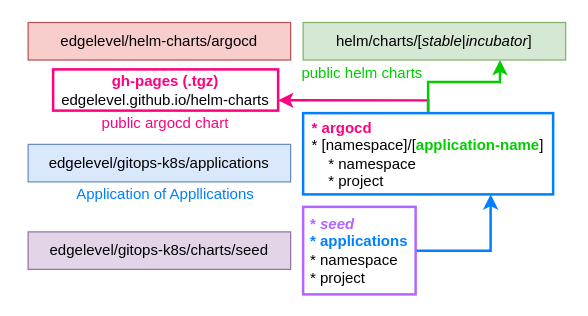
edgelevel/gitops-k8s keeps this draw.io diagram as page "charts" (3 of 3) of docs/img/gitops-k8s.drawio. Above is the earlier version. Source tidied: cells renumbered, new cells numbered last; positions are measured from the earlier drawing's top-left corner, leaving out a move shared by most shapes. Both pictures are drawn from the tidied source at 125%, with x=0, y=0 at pixel (28, 21).
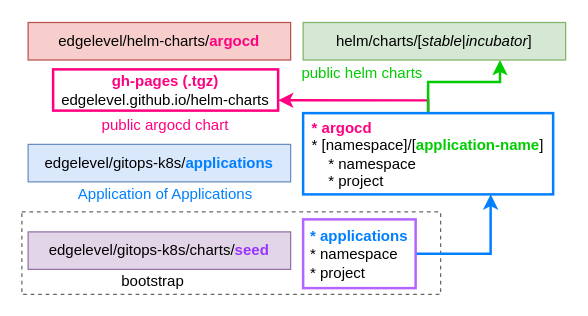
Above is the later version.

What changed in the source:
```diff
@@
 <mxGraphModel>
   <root>
     <mxCell id="0" />
     <mxCell id="1" parent="0" />
+    <mxCell id="15" style="rounded=0;whiteSpace=wrap;html=1;strokeColor=#666666;strokeWidth=1;fillColor=none;dashed=1;" parent="1" vertex="1">
+      <mxGeometry x="-5" y="152" width="335" height="66" as="geometry" />
+    </mxCell>
-    <mxCell id="2" value="edgelevel/helm-charts/argocd" style="rounded=0;whiteSpace=wrap;html=1;fillColor=#f8cecc;strokeColor=#b85450;" parent="1" vertex="1">
+    <mxCell id="2" value="edgelevel/helm-charts/&lt;font color=&quot;#ff0080&quot;&gt;&lt;b&gt;argocd&lt;/b&gt;&lt;/font&gt;" style="rounded=0;whiteSpace=wrap;html=1;fillColor=#f8cecc;strokeColor=#b85450;" parent="1" vertex="1">
       <mxGeometry y="0.5" width="210" height="30" as="geometry" />
     </mxCell>
-    <mxCell id="3" value="edgelevel/gitops-k8s/applications" style="rounded=0;whiteSpace=wrap;html=1;fillColor=#dae8fc;strokeColor=#6c8ebf;" parent="1" vertex="1">
+    <mxCell id="3" value="edgelevel/gitops-k8s/&lt;font color=&quot;#007fff&quot;&gt;&lt;b&gt;applications&lt;/b&gt;&lt;/font&gt;" style="rounded=0;whiteSpace=wrap;html=1;fillColor=#dae8fc;strokeColor=#6c8ebf;" parent="1" vertex="1">
       <mxGeometry y="98" width="210" height="30" as="geometry" />
     </mxCell>
-    <mxCell id="4" value="edgelevel/gitops-k8s/charts/seed" style="rounded=0;whiteSpace=wrap;html=1;fillColor=#e1d5e7;strokeColor=#9673a6;" parent="1" vertex="1">
+    <mxCell id="4" value="edgelevel/gitops-k8s/charts/&lt;b&gt;&lt;font color=&quot;#9933ff&quot;&gt;seed&lt;/font&gt;&lt;/b&gt;" style="rounded=0;whiteSpace=wrap;html=1;fillColor=#e1d5e7;strokeColor=#9673a6;" parent="1" vertex="1">
       <mxGeometry y="168" width="210" height="30" as="geometry" />
     </mxCell>
-    <mxCell id="5" style="edgeStyle=orthogonalEdgeStyle;rounded=0;jettySize=auto;html=1;exitX=1;exitY=0.5;exitDx=0;exitDy=0;entryX=0.75;entryY=1;entryDx=0;entryDy=0;strokeColor=#007FFF;strokeWidth=2;" parent="1" edge="1" source="6" target="9">
+    <mxCell id="5" style="edgeStyle=orthogonalEdgeStyle;rounded=0;jumpSize=1;jettySize=auto;html=1;exitX=1;exitY=0.5;exitDx=0;exitDy=0;entryX=0.75;entryY=1;entryDx=0;entryDy=0;strokeColor=#007FFF;strokeWidth=2;" parent="1" edge="1" source="6" target="9">
       <mxGeometry relative="1" as="geometry" />
     </mxCell>
-    <mxCell id="6" value="&lt;div style=&quot;text-align: left&quot;&gt;&lt;font color=&quot;#b266ff&quot;&gt;&lt;b&gt;&lt;span&gt;* &lt;i&gt;seed&lt;/i&gt;&lt;/span&gt;&lt;br&gt;&lt;/b&gt;&lt;/font&gt;&lt;/div&gt;&lt;div style=&quot;text-align: left&quot;&gt;&lt;span&gt;&lt;font color=&quot;#007fff&quot;&gt;&lt;b&gt;* applications&lt;/b&gt;&lt;/font&gt;&lt;/span&gt;&lt;/div&gt;&lt;div style=&quot;text-align: left&quot;&gt;&lt;span&gt;* namespace&lt;/span&gt;&lt;/div&gt;&lt;div style=&quot;text-align: left&quot;&gt;&lt;span&gt;* project&lt;/span&gt;&lt;/div&gt;" style="text;html=1;strokeColor=#B266FF;fillColor=none;align=center;verticalAlign=middle;whiteSpace=wrap;rounded=0;strokeWidth=2;" parent="1" vertex="1">
-      <mxGeometry x="220" y="148" width="90" height="70" as="geometry" />
+    <mxCell id="6" value="&lt;div style=&quot;text-align: left&quot;&gt;&lt;b style=&quot;color: rgb(0 , 127 , 255)&quot;&gt;* applications&lt;/b&gt;&lt;br&gt;&lt;/div&gt;&lt;div style=&quot;text-align: left&quot;&gt;&lt;span&gt;* namespace&lt;/span&gt;&lt;/div&gt;&lt;div style=&quot;text-align: left&quot;&gt;&lt;span&gt;* project&lt;/span&gt;&lt;/div&gt;" style="text;html=1;strokeColor=#B266FF;fillColor=none;align=center;verticalAlign=middle;whiteSpace=wrap;rounded=0;strokeWidth=2;" parent="1" vertex="1">
+      <mxGeometry x="220" y="158" width="90" height="55" as="geometry" />
     </mxCell>
     <mxCell id="7" style="edgeStyle=orthogonalEdgeStyle;rounded=0;jumpSize=1;jettySize=auto;html=1;exitX=0.5;exitY=0;exitDx=0;exitDy=0;entryX=1;entryY=0.75;entryDx=0;entryDy=0;strokeColor=#FF0080;strokeWidth=2;" parent="1" edge="1" source="9" target="11">
       <mxGeometry relative="1" as="geometry">
         <Array as="points">
           <mxPoint x="320" y="63" />
         </Array>
       </mxGeometry>
     </mxCell>
     <mxCell id="8" style="edgeStyle=orthogonalEdgeStyle;rounded=0;jumpSize=1;jettySize=auto;html=1;exitX=0.5;exitY=0;exitDx=0;exitDy=0;entryX=0.75;entryY=1;entryDx=0;entryDy=0;strokeColor=#00CC00;strokeWidth=2;" parent="1" edge="1" source="9" target="10">
       <mxGeometry relative="1" as="geometry">
         <Array as="points">
           <mxPoint x="320" y="48" />
           <mxPoint x="378" y="48" />
         </Array>
       </mxGeometry>
     </mxCell>
     <mxCell id="9" value="&lt;div style=&quot;text-align: left&quot;&gt;&lt;font color=&quot;#ff0080&quot;&gt;&lt;b&gt;&lt;span&gt;* argocd&lt;/span&gt;&lt;/b&gt;&lt;/font&gt;&lt;/div&gt;&lt;div style=&quot;text-align: left&quot;&gt;* [namespace]/[&lt;font color=&quot;#00cc00&quot;&gt;&lt;b&gt;application-name&lt;/b&gt;&lt;/font&gt;]&lt;/div&gt;&lt;div style=&quot;text-align: left&quot;&gt;&lt;span&gt;&amp;nbsp; &amp;nbsp; * namespace&lt;/span&gt;&lt;/div&gt;&lt;div style=&quot;text-align: left&quot;&gt;&lt;span&gt;&amp;nbsp; &amp;nbsp; * project&lt;/span&gt;&lt;/div&gt;" style="text;html=1;strokeColor=#007FFF;fillColor=none;align=center;verticalAlign=middle;whiteSpace=wrap;rounded=0;strokeWidth=2;" parent="1" vertex="1">
       <mxGeometry x="220" y="73" width="200" height="65" as="geometry" />
     </mxCell>
     <mxCell id="10" value="helm/charts/[&lt;i&gt;stable&lt;/i&gt;|&lt;i&gt;incubator&lt;/i&gt;]" style="rounded=0;whiteSpace=wrap;html=1;fillColor=#d5e8d4;strokeColor=#82b366;" parent="1" vertex="1">
       <mxGeometry x="220" y="0.5" width="210" height="30" as="geometry" />
     </mxCell>
     <mxCell id="11" value="&lt;span&gt;&lt;font color=&quot;#ff0080&quot;&gt;&lt;b&gt;gh-pages (.tgz)&lt;br&gt;&lt;/b&gt;&lt;/font&gt;edgelevel.github.io/helm-charts&lt;/span&gt;" style="rounded=0;whiteSpace=wrap;html=1;strokeColor=#FF0080;strokeWidth=2;" parent="1" vertex="1">
       <mxGeometry x="20" y="38" width="180" height="33" as="geometry" />
     </mxCell>
-    <mxCell id="12" value="&lt;font color=&quot;#007fff&quot;&gt;Application of Appllications&lt;/font&gt;" style="text;html=1;strokeColor=none;fillColor=none;align=center;verticalAlign=middle;whiteSpace=wrap;rounded=0;" parent="1" vertex="1">
+    <mxCell id="12" value="&lt;font color=&quot;#007fff&quot;&gt;Application of Applications&lt;/font&gt;" style="text;html=1;strokeColor=none;fillColor=none;align=center;verticalAlign=middle;whiteSpace=wrap;rounded=0;" parent="1" vertex="1">
       <mxGeometry x="30" y="128" width="160" height="20" as="geometry" />
     </mxCell>
     <mxCell id="13" value="&lt;font color=&quot;#00cc00&quot;&gt;public helm charts&lt;/font&gt;" style="text;html=1;strokeColor=none;fillColor=none;align=center;verticalAlign=middle;whiteSpace=wrap;rounded=0;" parent="1" vertex="1">
       <mxGeometry x="215" y="30.5" width="105" height="20" as="geometry" />
     </mxCell>
     <mxCell id="14" value="&lt;font color=&quot;#ff0080&quot;&gt;public argocd chart&lt;/font&gt;" style="text;html=1;strokeColor=none;fillColor=none;align=center;verticalAlign=middle;whiteSpace=wrap;rounded=0;" parent="1" vertex="1">
-      <mxGeometry x="50" y="70.5" width="120" height="20" as="geometry" />
+      <mxGeometry x="50" y="73" width="120" height="20" as="geometry" />
     </mxCell>
+    <mxCell id="16" value="bootstrap" style="text;html=1;strokeColor=none;fillColor=none;align=center;verticalAlign=middle;whiteSpace=wrap;rounded=0;dashed=1;" parent="1" vertex="1">
+      <mxGeometry x="60" y="198" width="80" height="20" as="geometry" />
+    </mxCell>
   </root>
 </mxGraphModel>
```
